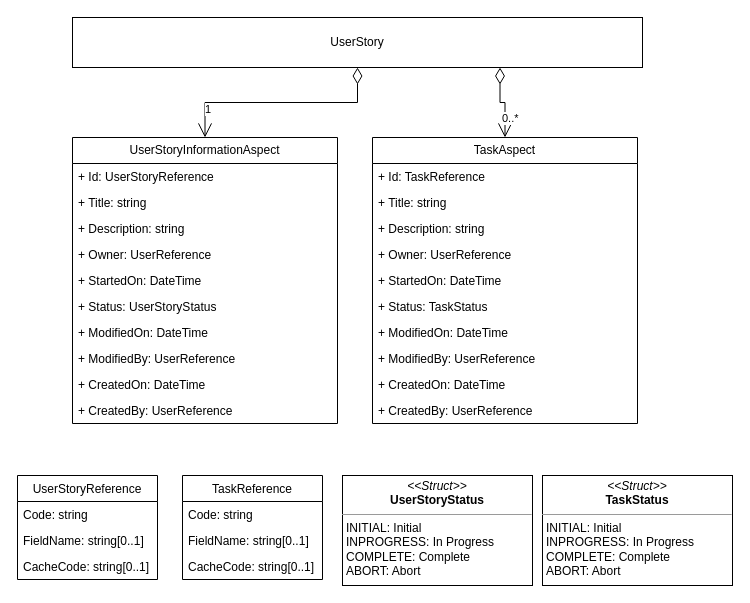
Above: UML/Domain/UserStory.drawio in sdlfly2000/SimpleDashboard (draw.io), before the change. Source tidied: cells renumbered, new cells numbered last; positions are measured from the earlier drawing's top-left corner, leaving out a move shared by most shapes. Both pictures are drawn from the tidied source at 100%, with x=0, y=0 at pixel (17, 17).
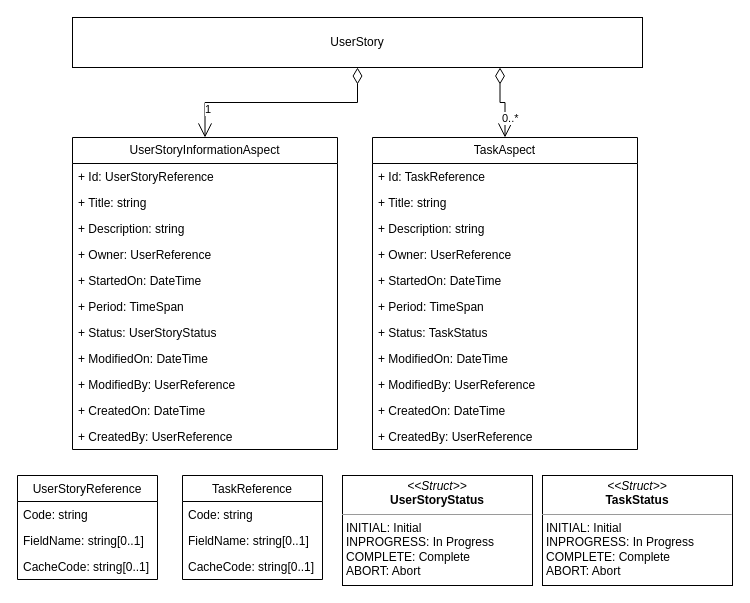
Above is the later version.

Diff of the diagram source:
```diff
@@
     <mxCell id="2" value="UserStoryInformationAspect" style="swimlane;fontStyle=0;horizontal=1;startSize=26;fillColor=none;whiteSpace=wrap;html=1;" parent="1" vertex="1">
-      <mxGeometry x="55" y="120" width="265" height="286" as="geometry" />
+      <mxGeometry x="55" y="120" width="265" height="312" as="geometry" />
     </mxCell>
@@
+    <mxCell id="37" value="+ StartedOn: DateTime" style="text;strokeColor=none;fillColor=none;align=left;verticalAlign=top;spacingLeft=4;spacingRight=4;overflow=hidden;whiteSpace=wrap;html=1;" parent="2" vertex="1">
+      <mxGeometry y="130" width="265" height="26" as="geometry" />
+    </mxCell>
-    <mxCell id="7" value="+ StartedOn: DateTime" style="text;strokeColor=none;fillColor=none;align=left;verticalAlign=top;spacingLeft=4;spacingRight=4;overflow=hidden;whiteSpace=wrap;html=1;" parent="2" vertex="1">
-      <mxGeometry y="130" width="265" height="26" as="geometry" />
+    <mxCell id="7" value="+ Period: TimeSpan" style="text;strokeColor=none;fillColor=none;align=left;verticalAlign=top;spacingLeft=4;spacingRight=4;overflow=hidden;whiteSpace=wrap;html=1;" parent="2" vertex="1">
+      <mxGeometry y="156" width="265" height="26" as="geometry" />
     </mxCell>
     <mxCell id="8" value="+ Status: UserStoryStatus" style="text;strokeColor=none;fillColor=none;align=left;verticalAlign=top;spacingLeft=4;spacingRight=4;overflow=hidden;whiteSpace=wrap;html=1;" parent="2" vertex="1">
-      <mxGeometry y="156" width="265" height="26" as="geometry" />
+      <mxGeometry y="182" width="265" height="26" as="geometry" />
     </mxCell>
     <mxCell id="9" value="+ ModifiedOn: DateTime" style="text;strokeColor=none;fillColor=none;align=left;verticalAlign=top;spacingLeft=4;spacingRight=4;overflow=hidden;whiteSpace=wrap;html=1;" parent="2" vertex="1">
-      <mxGeometry y="182" width="265" height="26" as="geometry" />
+      <mxGeometry y="208" width="265" height="26" as="geometry" />
     </mxCell>
     <mxCell id="10" value="+ ModifiedBy: UserReference" style="text;strokeColor=none;fillColor=none;align=left;verticalAlign=top;spacingLeft=4;spacingRight=4;overflow=hidden;whiteSpace=wrap;html=1;" parent="2" vertex="1">
-      <mxGeometry y="208" width="265" height="26" as="geometry" />
+      <mxGeometry y="234" width="265" height="26" as="geometry" />
     </mxCell>
     <mxCell id="11" value="+ CreatedOn: DateTime" style="text;strokeColor=none;fillColor=none;align=left;verticalAlign=top;spacingLeft=4;spacingRight=4;overflow=hidden;whiteSpace=wrap;html=1;" parent="2" vertex="1">
-      <mxGeometry y="234" width="265" height="26" as="geometry" />
+      <mxGeometry y="260" width="265" height="26" as="geometry" />
     </mxCell>
     <mxCell id="12" value="+ CreatedBy: UserReference" style="text;strokeColor=none;fillColor=none;align=left;verticalAlign=top;spacingLeft=4;spacingRight=4;overflow=hidden;whiteSpace=wrap;html=1;" parent="2" vertex="1">
-      <mxGeometry y="260" width="265" height="26" as="geometry" />
+      <mxGeometry y="286" width="265" height="26" as="geometry" />
     </mxCell>
@@
     <mxCell id="20" value="TaskAspect" style="swimlane;fontStyle=0;horizontal=1;startSize=26;fillColor=none;whiteSpace=wrap;html=1;" parent="1" vertex="1">
-      <mxGeometry x="355" y="120" width="265" height="286" as="geometry" />
+      <mxGeometry x="355" y="120" width="265" height="312" as="geometry" />
     </mxCell>
@@
+    <mxCell id="38" value="+ Period: TimeSpan" style="text;strokeColor=none;fillColor=none;align=left;verticalAlign=top;spacingLeft=4;spacingRight=4;overflow=hidden;whiteSpace=wrap;html=1;" parent="20" vertex="1">
+      <mxGeometry y="156" width="265" height="26" as="geometry" />
+    </mxCell>
     <mxCell id="26" value="+ Status: TaskStatus" style="text;strokeColor=none;fillColor=none;align=left;verticalAlign=top;spacingLeft=4;spacingRight=4;overflow=hidden;whiteSpace=wrap;html=1;" parent="20" vertex="1">
-      <mxGeometry y="156" width="265" height="26" as="geometry" />
+      <mxGeometry y="182" width="265" height="26" as="geometry" />
     </mxCell>
     <mxCell id="27" value="+ ModifiedOn: DateTime" style="text;strokeColor=none;fillColor=none;align=left;verticalAlign=top;spacingLeft=4;spacingRight=4;overflow=hidden;whiteSpace=wrap;html=1;" parent="20" vertex="1">
-      <mxGeometry y="182" width="265" height="26" as="geometry" />
+      <mxGeometry y="208" width="265" height="26" as="geometry" />
     </mxCell>
     <mxCell id="28" value="+ ModifiedBy: UserReference" style="text;strokeColor=none;fillColor=none;align=left;verticalAlign=top;spacingLeft=4;spacingRight=4;overflow=hidden;whiteSpace=wrap;html=1;" parent="20" vertex="1">
-      <mxGeometry y="208" width="265" height="26" as="geometry" />
+      <mxGeometry y="234" width="265" height="26" as="geometry" />
     </mxCell>
     <mxCell id="29" value="+ CreatedOn: DateTime" style="text;strokeColor=none;fillColor=none;align=left;verticalAlign=top;spacingLeft=4;spacingRight=4;overflow=hidden;whiteSpace=wrap;html=1;" parent="20" vertex="1">
-      <mxGeometry y="234" width="265" height="26" as="geometry" />
+      <mxGeometry y="260" width="265" height="26" as="geometry" />
     </mxCell>
     <mxCell id="30" value="+ CreatedBy: UserReference" style="text;strokeColor=none;fillColor=none;align=left;verticalAlign=top;spacingLeft=4;spacingRight=4;overflow=hidden;whiteSpace=wrap;html=1;" parent="20" vertex="1">
-      <mxGeometry y="260" width="265" height="26" as="geometry" />
+      <mxGeometry y="286" width="265" height="26" as="geometry" />
     </mxCell>
```
